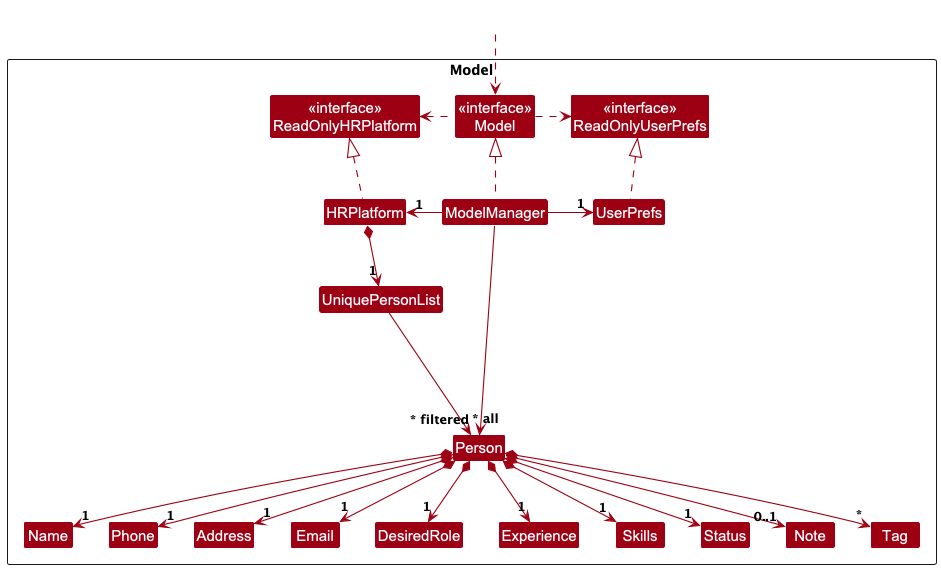
Before: docs/images/ModelClassDiagram.png, a diagram exported from PlantUML (nus-cs2103-AY2425S1/tp).
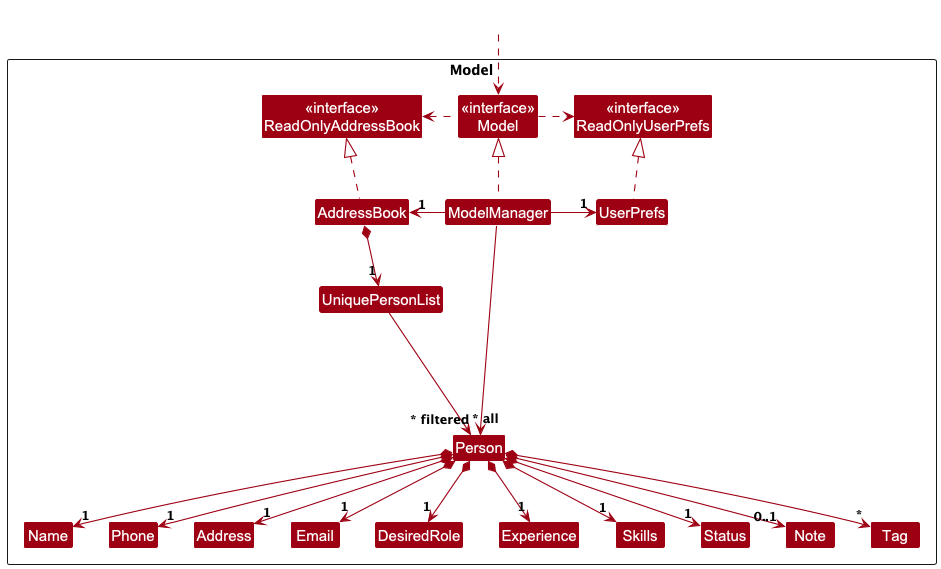
After the change.

What changed in the source:
```diff
@@ -5,10 +5,10 @@
 skinparam classBackgroundColor MODEL_COLOR
 
 Package Model as ModelPackage <<Rectangle>>{
-Class "<<interface>>\nReadOnlyHRPlatform" as ReadOnlyHRPlatform
+Class "<<interface>>\nReadOnlyAddressBook" as ReadOnlyAddressBook
 Class "<<interface>>\nReadOnlyUserPrefs" as ReadOnlyUserPrefs
 Class "<<interface>>\nModel" as Model
-Class HRPlatform
+Class AddressBook
 Class ModelManager
 Class UserPrefs
 
@@ -31,16 +31,16 @@
 Class HiddenOutside #FFFFFF
 HiddenOutside ..> Model
 
-HRPlatform .up.|> ReadOnlyHRPlatform
+AddressBook .up.|> ReadOnlyAddressBook
 
 ModelManager .up.|> Model
 Model .right.> ReadOnlyUserPrefs
-Model .left.> ReadOnlyHRPlatform
-ModelManager -left-> "1" HRPlatform
+Model .left.> ReadOnlyAddressBook
+ModelManager -left-> "1" AddressBook
 ModelManager -right-> "1" UserPrefs
 UserPrefs .up.|> ReadOnlyUserPrefs
 
-HRPlatform *--> "1" UniquePersonList
+AddressBook *--> "1" UniquePersonList
 UniquePersonList --> "~* all" Person
 Person *--> "1" Name
 Person *--> "1" Phone
```
